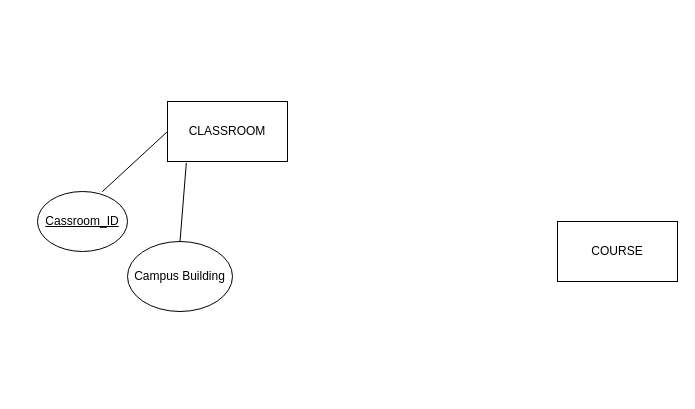
Above: class_assesment.drawio in felipediaz/school (draw.io), before the change. Source tidied: cells renumbered, new cells numbered last; positions are measured from the earlier drawing's top-left corner, leaving out a move shared by most shapes. Both pictures are drawn from the tidied source at 100%, with x=0, y=0 at pixel (37, 101).
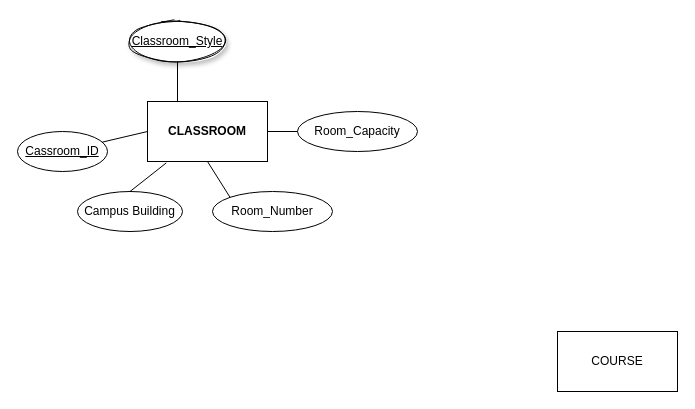
After the change.

What changed in the source:
```diff
@@
 <mxGraphModel>
   <root>
     <mxCell id="0" />
     <mxCell id="1" parent="0" />
-    <mxCell id="2" value="CLASSROOM" style="rounded=0;whiteSpace=wrap;html=1;" parent="1" vertex="1">
-      <mxGeometry x="130" width="120" height="60" as="geometry" />
+    <mxCell id="2" value="CLASSROOM" style="rounded=0;whiteSpace=wrap;html=1;fontStyle=1;" parent="1" vertex="1">
+      <mxGeometry x="110" width="120" height="60" as="geometry" />
     </mxCell>
     <mxCell id="3" value="COURSE" style="rounded=0;whiteSpace=wrap;html=1;" parent="1" vertex="1">
-      <mxGeometry x="520" y="120" width="120" height="60" as="geometry" />
+      <mxGeometry x="520" y="230" width="120" height="60" as="geometry" />
     </mxCell>
     <mxCell id="4" value="&lt;u&gt;Cassroom_ID&lt;/u&gt;" style="ellipse;whiteSpace=wrap;html=1;" parent="1" vertex="1">
-      <mxGeometry y="90" width="90" height="60" as="geometry" />
+      <mxGeometry x="-20" y="30" width="90" height="40" as="geometry" />
     </mxCell>
-    <mxCell id="5" style="endArrow=none;html=1;exitX=0.72;exitY=0.003;exitDx=0;exitDy=0;exitPerimeter=0;" parent="1" edge="1" source="4">
+    <mxCell id="5" style="endArrow=none;html=1;" parent="1" edge="1" source="4">
       <mxGeometry relative="1" as="geometry">
-        <mxPoint x="130" y="30" as="targetPoint" />
+        <mxPoint x="110" y="30" as="targetPoint" />
       </mxGeometry>
     </mxCell>
     <mxCell id="6" value="Campus Building" style="ellipse;whiteSpace=wrap;html=1;" parent="1" vertex="1">
-      <mxGeometry x="90" y="140" width="105" height="70" as="geometry" />
+      <mxGeometry x="40" y="90" width="105" height="40" as="geometry" />
     </mxCell>
     <mxCell id="7" style="endArrow=none;html=1;exitX=0.5;exitY=0;exitDx=0;exitDy=0;entryX=0.157;entryY=1.023;entryDx=0;entryDy=0;entryPerimeter=0;" parent="1" edge="1" source="6" target="2">
       <mxGeometry relative="1" as="geometry" />
     </mxCell>
+    <mxCell id="8" value="Room_Number" style="ellipse;whiteSpace=wrap;html=1;" parent="1" vertex="1">
+      <mxGeometry x="175" y="90" width="120" height="40" as="geometry" />
+    </mxCell>
+    <mxCell id="9" value="Room_Capacity" style="ellipse;whiteSpace=wrap;html=1;" parent="1" vertex="1">
+      <mxGeometry x="260" y="10" width="120" height="40" as="geometry" />
+    </mxCell>
+    <mxCell id="10" value="Classroom_Style" style="ellipse;whiteSpace=wrap;html=1;align=center;fontStyle=4;sketch=1;shadow=1;" parent="1" vertex="1">
+      <mxGeometry x="90" y="-80" width="100" height="40" as="geometry" />
+    </mxCell>
+    <mxCell id="11" style="endArrow=none;html=1;exitX=0.25;exitY=0;exitDx=0;exitDy=0;" parent="1" edge="1" source="2" target="10">
+      <mxGeometry relative="1" as="geometry" />
+    </mxCell>
+    <mxCell id="12" style="endArrow=none;html=1;entryX=0;entryY=0.5;entryDx=0;entryDy=0;exitX=1;exitY=0.5;exitDx=0;exitDy=0;" parent="1" edge="1" source="2" target="9">
+      <mxGeometry relative="1" as="geometry" />
+    </mxCell>
+    <mxCell id="13" style="endArrow=none;html=1;entryX=0;entryY=0;entryDx=0;entryDy=0;exitX=0.5;exitY=1;exitDx=0;exitDy=0;" parent="1" edge="1" source="2" target="8">
+      <mxGeometry relative="1" as="geometry" />
+    </mxCell>
   </root>
 </mxGraphModel>
```
